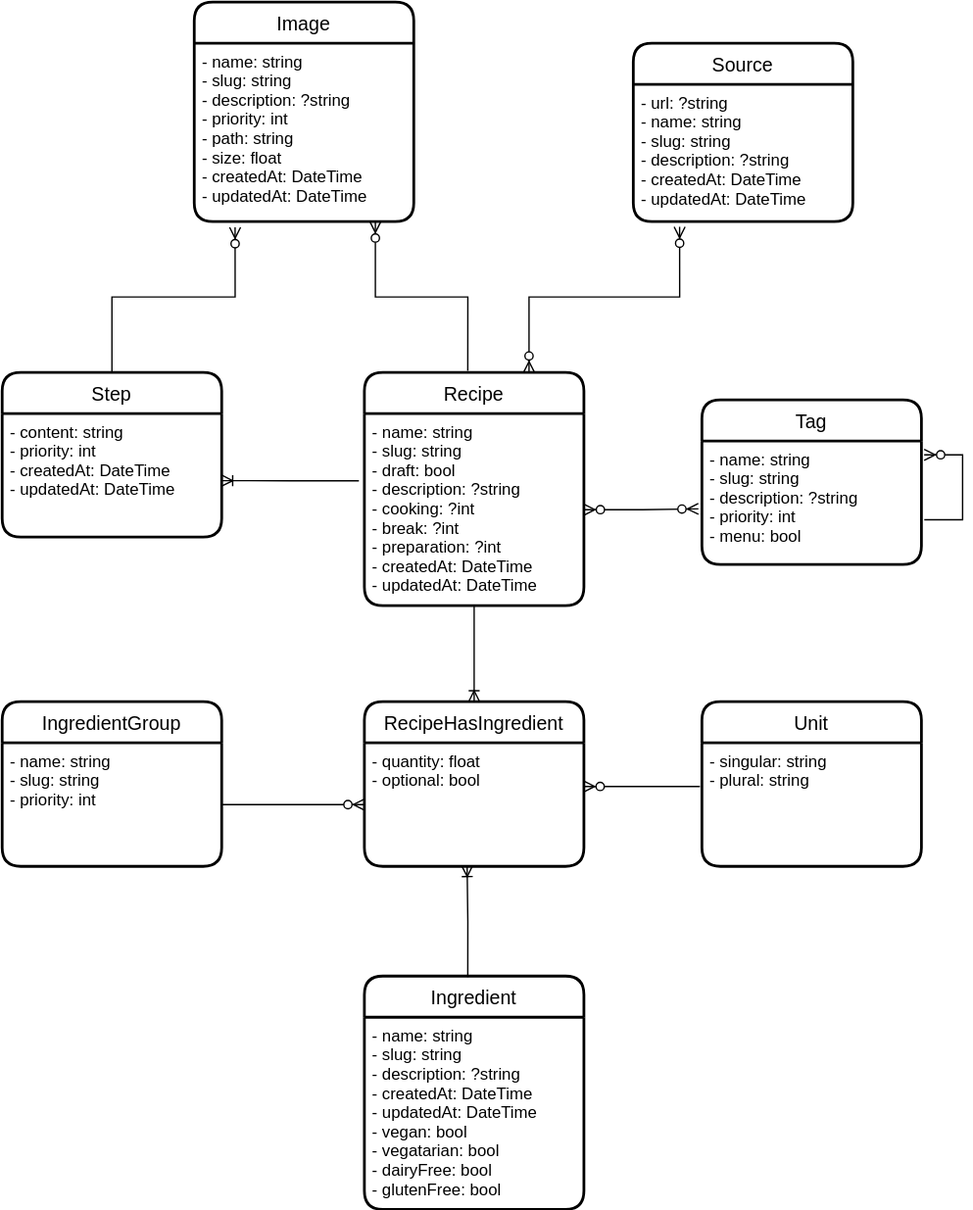
This is docs/mcd.svg from Drakolab-yt/recettes-api, a draw.io export, as it was before one commit. Source tidied: cells renumbered, new cells last; positions are measured from the earlier drawing's top-left corner, leaving out a move shared by most shapes.
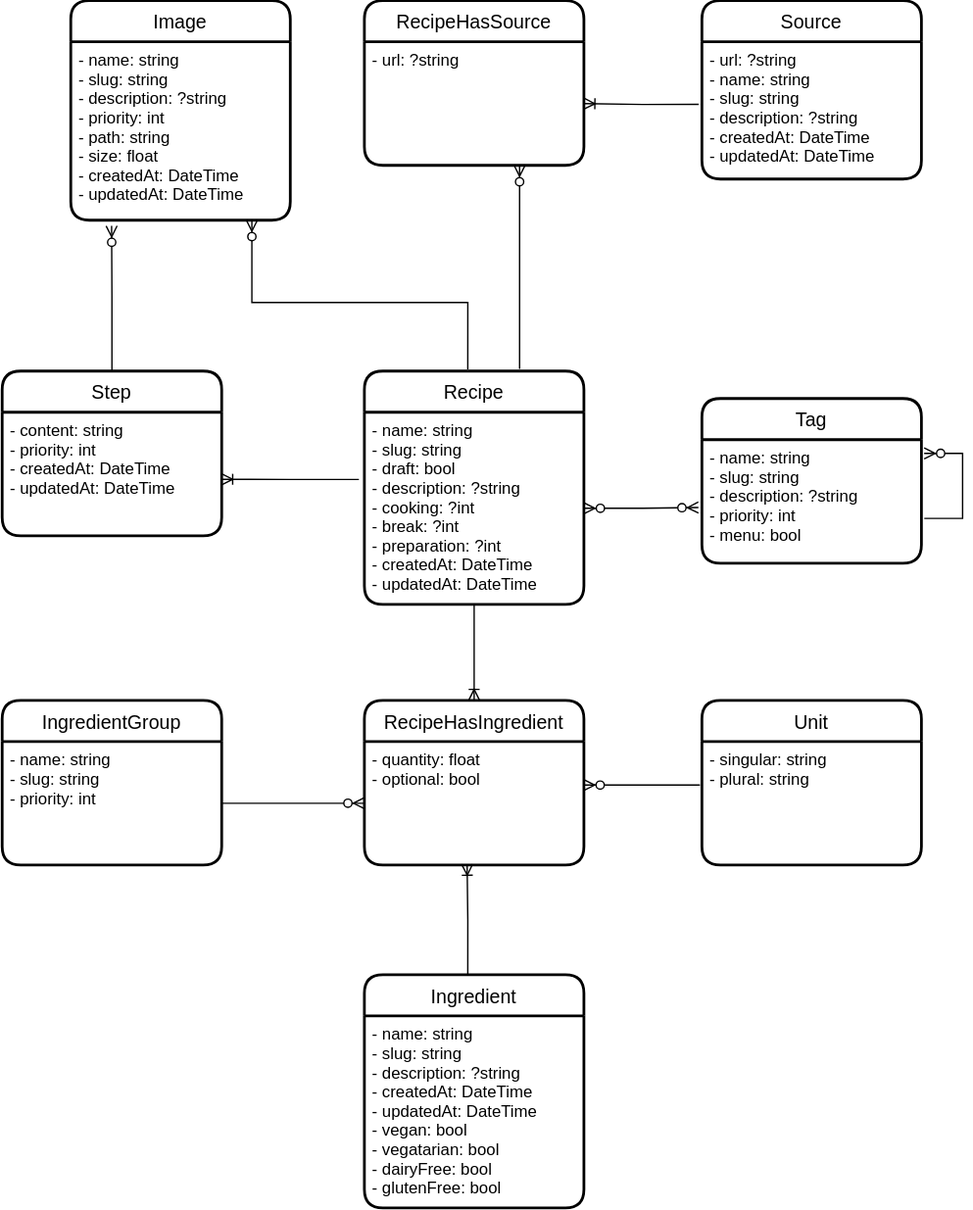
Later version of the same file.

Change to the diagram source:
```diff
@@ -15,13 +15,18 @@
       <mxGeometry y="30" width="160" height="90" as="geometry" />
     </mxCell>
     <mxCell id="6" value="Image" style="swimlane;horizontal=1;startSize=30;rounded=1;fontSize=14;fontStyle=0;strokeWidth=2;shadow=0;dashed=0;align=center;" parent="1" vertex="1">
-      <mxGeometry x="140" width="160" height="160" as="geometry" />
+      <mxGeometry x="50" width="160" height="160" as="geometry" />
     </mxCell>
     <mxCell id="7" value="- name: string&#10;- slug: string&#10;- description: ?string&#10;- priority: int&#10;- path: string&#10;- size: float&#10;- createdAt: DateTime&#10;- updatedAt: DateTime" style="align=left;strokeColor=none;fillColor=none;spacingLeft=4;fontSize=12;verticalAlign=top;" parent="6" vertex="1">
       <mxGeometry y="30" width="160" height="130" as="geometry" />
     </mxCell>
     <mxCell id="8" style="edgeStyle=orthogonalEdgeStyle;fontSize=12;html=1;endArrow=ERzeroToMany;endFill=1;rounded=0;exitX=0.471;exitY=-0.007;exitDx=0;exitDy=0;exitPerimeter=0;entryX=0.825;entryY=1;entryDx=0;entryDy=0;entryPerimeter=0;" parent="1" edge="1" source="2" target="7">
-      <mxGeometry relative="1" as="geometry" />
+      <mxGeometry relative="1" as="geometry">
+        <Array as="points">
+          <mxPoint x="339" y="220" />
+          <mxPoint x="182" y="220" />
+        </Array>
+      </mxGeometry>
     </mxCell>
     <mxCell id="9" style="edgeStyle=orthogonalEdgeStyle;fontSize=12;html=1;endArrow=ERzeroToMany;endFill=1;rounded=0;entryX=0.186;entryY=1.032;entryDx=0;entryDy=0;entryPerimeter=0;exitX=0.5;exitY=0;exitDx=0;exitDy=0;" parent="1" edge="1" source="4" target="7">
       <mxGeometry relative="1" as="geometry" />
@@ -32,14 +37,11 @@
       </mxGeometry>
     </mxCell>
     <mxCell id="11" value="Source" style="swimlane;horizontal=1;startSize=30;rounded=1;fontSize=14;fontStyle=0;strokeWidth=2;shadow=0;dashed=0;align=center;" parent="1" vertex="1">
-      <mxGeometry x="460" y="30" width="160" height="130" as="geometry" />
+      <mxGeometry x="510" width="160" height="130" as="geometry" />
     </mxCell>
     <mxCell id="12" value="- url: ?string&#10;- name: string&#10;- slug: string&#10;- description: ?string&#10;- createdAt: DateTime&#10;- updatedAt: DateTime" style="align=left;strokeColor=none;fillColor=none;spacingLeft=4;fontSize=12;verticalAlign=top;" parent="11" vertex="1">
       <mxGeometry y="30" width="160" height="100" as="geometry" />
     </mxCell>
-    <mxCell id="13" style="edgeStyle=orthogonalEdgeStyle;fontSize=12;html=1;endArrow=ERzeroToMany;endFill=1;startArrow=ERzeroToMany;rounded=0;exitX=0.75;exitY=0;exitDx=0;exitDy=0;entryX=0.211;entryY=1.038;entryDx=0;entryDy=0;entryPerimeter=0;" parent="1" edge="1" source="2" target="12">
-      <mxGeometry relative="1" as="geometry" />
-    </mxCell>
     <mxCell id="14" value="Ingredient" style="swimlane;horizontal=1;startSize=30;rounded=1;fontSize=14;fontStyle=0;strokeWidth=2;shadow=0;dashed=0;align=center;" parent="1" vertex="1">
       <mxGeometry x="264" y="710" width="160" height="170" as="geometry" />
     </mxCell>
@@ -94,5 +96,17 @@
         </Array>
       </mxGeometry>
     </mxCell>
+    <mxCell id="30" value="RecipeHasSource" style="swimlane;horizontal=1;startSize=30;rounded=1;fontSize=14;fontStyle=0;strokeWidth=2;shadow=0;dashed=0;align=center;" parent="1" vertex="1">
+      <mxGeometry x="264" width="160" height="120" as="geometry" />
+    </mxCell>
+    <mxCell id="31" value="- url: ?string" style="align=left;strokeColor=none;fillColor=none;spacingLeft=4;fontSize=12;verticalAlign=top;" parent="30" vertex="1">
+      <mxGeometry y="30" width="160" height="90" as="geometry" />
+    </mxCell>
+    <mxCell id="32" style="edgeStyle=orthogonalEdgeStyle;fontSize=12;html=1;endArrow=ERzeroToMany;endFill=1;rounded=0;exitX=0.707;exitY=-0.009;exitDx=0;exitDy=0;exitPerimeter=0;entryX=0.707;entryY=1;entryDx=0;entryDy=0;entryPerimeter=0;" parent="1" edge="1" source="2" target="31">
+      <mxGeometry relative="1" as="geometry" />
+    </mxCell>
+    <mxCell id="33" style="edgeStyle=orthogonalEdgeStyle;fontSize=12;html=1;endArrow=ERoneToMany;rounded=0;entryX=1;entryY=0.5;entryDx=0;entryDy=0;exitX=-0.015;exitY=0.456;exitDx=0;exitDy=0;exitPerimeter=0;" parent="1" edge="1" source="12" target="31">
+      <mxGeometry relative="1" as="geometry" />
+    </mxCell>
   </root>
 </mxGraphModel>
```
